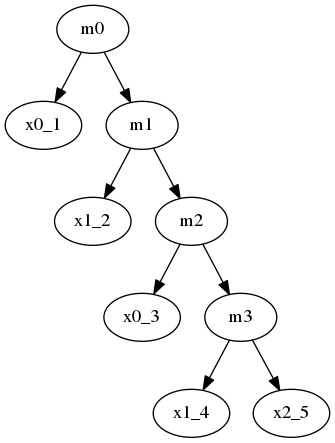
Before: GuiTool/image/RMA/RMADot.png, a diagram exported from Graphviz (iitramar/guiTool). Its source is kept beside it as GuiTool/image/RMA/RMADot.dot.
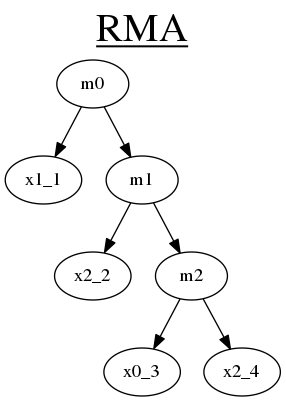
After the change.

Change to the diagram source:
```diff
@@ -1,10 +1,9 @@
 digraph minmix{
-m0 -> x0_1 ;
+graph [label= <<u>RMA</u>> , labelloc=t, fontsize=30];
+m0 -> x1_1 ;
 m0 -> m1;
-m1 -> x1_2 ;
+m1 -> x2_2 ;
 m1 -> m2;
 m2 -> x0_3 ;
-m2 -> m3;
-m3 -> x1_4 ;
-m3 -> x2_5;
+m2 -> x2_4;
 }
```
